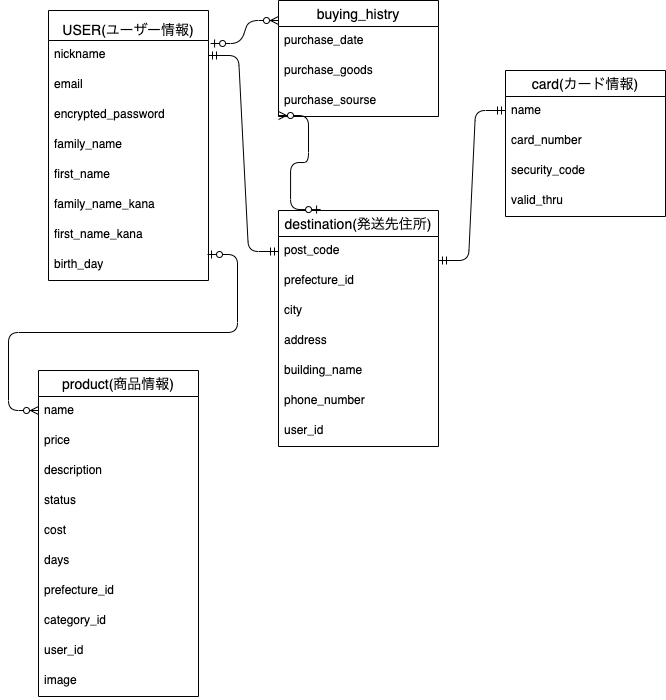
Before: ER.png, a diagram exported from draw.io (keitogit/furima-37392). Source tidied: cells renumbered, new cells last; positions are measured from the earlier drawing's top-left corner, leaving out a move shared by most shapes. Source of this version:
```xml
<mxGraphModel>
  <root>
    <mxCell id="0" />
    <mxCell id="1" parent="0" />
    <mxCell id="2" value="USER(ユーザー情報)" style="swimlane;fontStyle=0;horizontal=1;startSize=30;align=center;fontSize=14;verticalAlign=bottom;" parent="1" vertex="1">
      <mxGeometry x="10" y="10" width="160" height="270" as="geometry" />
    </mxCell>
    <mxCell id="3" value="nickname" style="text;strokeColor=none;fillColor=none;spacingLeft=4;spacingRight=4;overflow=hidden;points=[[0,0.5],[1,0.5]];portConstraint=eastwest;fontSize=12;" parent="2" vertex="1">
      <mxGeometry y="30" width="160" height="30" as="geometry" />
    </mxCell>
    <mxCell id="4" value="email" style="text;strokeColor=none;fillColor=none;spacingLeft=4;spacingRight=4;overflow=hidden;fontSize=12;" parent="2" vertex="1">
      <mxGeometry y="60" width="160" height="30" as="geometry" />
    </mxCell>
    <mxCell id="5" style="edgeStyle=none;html=1;exitX=0.5;exitY=0;exitDx=0;exitDy=0;" parent="2" edge="1">
      <mxGeometry relative="1" as="geometry">
        <mxPoint x="80" y="30" as="sourcePoint" />
        <mxPoint x="80" y="30" as="targetPoint" />
      </mxGeometry>
    </mxCell>
    <mxCell id="6" value="encrypted_password" style="text;strokeColor=none;fillColor=none;spacingLeft=4;spacingRight=4;overflow=hidden;fontSize=12;" parent="2" vertex="1">
      <mxGeometry y="90" width="160" height="30" as="geometry" />
    </mxCell>
    <mxCell id="7" value="family_name" style="text;strokeColor=none;fillColor=none;spacingLeft=4;spacingRight=4;overflow=hidden;fontSize=12;" parent="2" vertex="1">
      <mxGeometry y="120" width="160" height="30" as="geometry" />
    </mxCell>
    <mxCell id="8" value="first_name" style="text;strokeColor=none;fillColor=none;spacingLeft=4;spacingRight=4;overflow=hidden;fontSize=12;" parent="2" vertex="1">
      <mxGeometry y="150" width="160" height="30" as="geometry" />
    </mxCell>
    <mxCell id="9" value="family_name_kana" style="text;strokeColor=none;fillColor=none;spacingLeft=4;spacingRight=4;overflow=hidden;fontSize=12;" parent="2" vertex="1">
      <mxGeometry y="180" width="160" height="30" as="geometry" />
    </mxCell>
    <mxCell id="10" value="first_name_kana" style="text;strokeColor=none;fillColor=none;spacingLeft=4;spacingRight=4;overflow=hidden;fontSize=12;" parent="2" vertex="1">
      <mxGeometry y="210" width="160" height="30" as="geometry" />
    </mxCell>
    <mxCell id="11" value="birth_day" style="text;strokeColor=none;fillColor=none;spacingLeft=4;spacingRight=4;overflow=hidden;fontSize=12;" parent="2" vertex="1">
      <mxGeometry y="240" width="160" height="30" as="geometry" />
    </mxCell>
    <mxCell id="12" value="product(商品情報)" style="swimlane;fontStyle=0;horizontal=1;startSize=26;align=center;fontSize=14;" parent="1" vertex="1">
      <mxGeometry y="370" width="160" height="326" as="geometry" />
    </mxCell>
    <mxCell id="13" value="name" style="text;strokeColor=none;fillColor=none;spacingLeft=4;spacingRight=4;overflow=hidden;fontSize=12;" parent="12" vertex="1">
      <mxGeometry y="26" width="160" height="30" as="geometry" />
    </mxCell>
    <mxCell id="14" value="price" style="text;strokeColor=none;fillColor=none;spacingLeft=4;spacingRight=4;overflow=hidden;fontSize=12;" parent="12" vertex="1">
      <mxGeometry y="56" width="160" height="30" as="geometry" />
    </mxCell>
    <mxCell id="15" value="description" style="text;strokeColor=none;fillColor=none;spacingLeft=4;spacingRight=4;overflow=hidden;fontSize=12;" parent="12" vertex="1">
      <mxGeometry y="86" width="160" height="30" as="geometry" />
    </mxCell>
    <mxCell id="16" value="status" style="text;strokeColor=none;fillColor=none;spacingLeft=4;spacingRight=4;overflow=hidden;fontSize=12;" parent="12" vertex="1">
      <mxGeometry y="116" width="160" height="30" as="geometry" />
    </mxCell>
    <mxCell id="17" value="cost" style="text;strokeColor=none;fillColor=none;spacingLeft=4;spacingRight=4;overflow=hidden;fontSize=12;" parent="12" vertex="1">
      <mxGeometry y="146" width="160" height="30" as="geometry" />
    </mxCell>
    <mxCell id="18" value="days" style="text;strokeColor=none;fillColor=none;spacingLeft=4;spacingRight=4;overflow=hidden;fontSize=12;" parent="12" vertex="1">
      <mxGeometry y="176" width="160" height="30" as="geometry" />
    </mxCell>
    <mxCell id="19" value="prefecture_id" style="text;strokeColor=none;fillColor=none;spacingLeft=4;spacingRight=4;overflow=hidden;fontSize=12;" parent="12" vertex="1">
      <mxGeometry y="206" width="160" height="30" as="geometry" />
    </mxCell>
    <mxCell id="20" value="category_id" style="text;strokeColor=none;fillColor=none;spacingLeft=4;spacingRight=4;overflow=hidden;fontSize=12;" parent="12" vertex="1">
      <mxGeometry y="236" width="160" height="30" as="geometry" />
    </mxCell>
    <mxCell id="21" value="user_id" style="text;strokeColor=none;fillColor=none;spacingLeft=4;spacingRight=4;overflow=hidden;fontSize=12;" parent="12" vertex="1">
      <mxGeometry y="266" width="160" height="30" as="geometry" />
    </mxCell>
    <mxCell id="22" value="image" style="text;strokeColor=none;fillColor=none;spacingLeft=4;spacingRight=4;overflow=hidden;fontSize=12;" parent="12" vertex="1">
      <mxGeometry y="296" width="160" height="30" as="geometry" />
    </mxCell>
    <mxCell id="23" style="edgeStyle=none;html=1;exitX=0;exitY=0.5;exitDx=0;exitDy=0;" parent="1" edge="1" source="3">
      <mxGeometry relative="1" as="geometry">
        <mxPoint x="10" y="55" as="targetPoint" />
      </mxGeometry>
    </mxCell>
    <mxCell id="24" value="destination(発送先住所)" style="swimlane;fontStyle=0;horizontal=1;startSize=26;align=center;fontSize=14;labelBackgroundColor=default;" parent="1" vertex="1">
      <mxGeometry x="240" y="210" width="160" height="236" as="geometry" />
    </mxCell>
    <mxCell id="25" value="post_code" style="text;strokeColor=none;fillColor=none;spacingLeft=4;spacingRight=4;overflow=hidden;fontSize=12;labelBackgroundColor=default;" parent="24" vertex="1">
      <mxGeometry y="26" width="160" height="30" as="geometry" />
    </mxCell>
    <mxCell id="26" value="prefecture_id" style="text;strokeColor=none;fillColor=none;spacingLeft=4;spacingRight=4;overflow=hidden;fontSize=12;labelBackgroundColor=default;" parent="24" vertex="1">
      <mxGeometry y="56" width="160" height="30" as="geometry" />
    </mxCell>
    <mxCell id="27" value="city" style="text;strokeColor=none;fillColor=none;spacingLeft=4;spacingRight=4;overflow=hidden;fontSize=12;labelBackgroundColor=default;" parent="24" vertex="1">
      <mxGeometry y="86" width="160" height="30" as="geometry" />
    </mxCell>
    <mxCell id="28" value="address" style="text;strokeColor=none;fillColor=none;spacingLeft=4;spacingRight=4;overflow=hidden;fontSize=12;labelBackgroundColor=default;" parent="24" vertex="1">
      <mxGeometry y="116" width="160" height="30" as="geometry" />
    </mxCell>
    <mxCell id="29" value="building_name" style="text;strokeColor=none;fillColor=none;spacingLeft=4;spacingRight=4;overflow=hidden;fontSize=12;labelBackgroundColor=default;" parent="24" vertex="1">
      <mxGeometry y="146" width="160" height="30" as="geometry" />
    </mxCell>
    <mxCell id="30" value="phone_number" style="text;strokeColor=none;fillColor=none;spacingLeft=4;spacingRight=4;overflow=hidden;fontSize=12;labelBackgroundColor=default;" parent="24" vertex="1">
      <mxGeometry y="176" width="160" height="30" as="geometry" />
    </mxCell>
    <mxCell id="31" value="user_id" style="text;strokeColor=none;fillColor=none;spacingLeft=4;spacingRight=4;overflow=hidden;fontSize=12;labelBackgroundColor=default;" parent="24" vertex="1">
      <mxGeometry y="206" width="160" height="30" as="geometry" />
    </mxCell>
    <mxCell id="32" value="card(カード情報)" style="swimlane;fontStyle=0;horizontal=1;startSize=26;align=center;fontSize=14;labelBackgroundColor=default;" parent="1" vertex="1">
      <mxGeometry x="467" y="70" width="160" height="146" as="geometry" />
    </mxCell>
    <mxCell id="33" value="name" style="text;strokeColor=none;fillColor=none;spacingLeft=4;spacingRight=4;overflow=hidden;fontSize=12;labelBackgroundColor=default;" parent="32" vertex="1">
      <mxGeometry y="26" width="160" height="30" as="geometry" />
    </mxCell>
    <mxCell id="34" value="card_number" style="text;strokeColor=none;fillColor=none;spacingLeft=4;spacingRight=4;overflow=hidden;fontSize=12;labelBackgroundColor=default;" parent="32" vertex="1">
      <mxGeometry y="56" width="160" height="30" as="geometry" />
    </mxCell>
    <mxCell id="35" value="security_code" style="text;strokeColor=none;fillColor=none;spacingLeft=4;spacingRight=4;overflow=hidden;fontSize=12;labelBackgroundColor=default;" parent="32" vertex="1">
      <mxGeometry y="86" width="160" height="30" as="geometry" />
    </mxCell>
    <mxCell id="36" value="valid_thru" style="text;strokeColor=none;fillColor=none;spacingLeft=4;spacingRight=4;overflow=hidden;fontSize=12;labelBackgroundColor=default;" parent="32" vertex="1">
      <mxGeometry y="116" width="160" height="30" as="geometry" />
    </mxCell>
    <mxCell id="37" style="edgeStyle=entityRelationEdgeStyle;fontSize=12;html=1;endArrow=ERzeroToMany;startArrow=ERzeroToOne;" parent="1" edge="1">
      <mxGeometry relative="1" as="geometry">
        <mxPoint x="169" y="254" as="sourcePoint" />
        <mxPoint y="410" as="targetPoint" />
      </mxGeometry>
    </mxCell>
    <mxCell id="38" style="edgeStyle=entityRelationEdgeStyle;fontSize=12;html=1;endArrow=ERmandOne;startArrow=ERmandOne;exitX=1;exitY=0.5;exitDx=0;exitDy=0;entryX=0;entryY=0.5;entryDx=0;entryDy=0;" parent="1" edge="1" source="3">
      <mxGeometry relative="1" as="geometry">
        <mxPoint x="240" y="251" as="targetPoint" />
      </mxGeometry>
    </mxCell>
    <mxCell id="39" style="edgeStyle=entityRelationEdgeStyle;fontSize=12;html=1;endArrow=ERmandOne;startArrow=ERmandOne;exitX=1;exitY=0.8;exitDx=0;exitDy=0;exitPerimeter=0;" parent="1" edge="1">
      <mxGeometry relative="1" as="geometry">
        <mxPoint x="400" y="260" as="sourcePoint" />
        <mxPoint x="467" y="110" as="targetPoint" />
      </mxGeometry>
    </mxCell>
    <mxCell id="40" value="buying_histry" style="swimlane;fontStyle=0;horizontal=1;startSize=26;align=center;fontSize=14;labelBackgroundColor=default;" parent="1" vertex="1">
      <mxGeometry x="240" width="160" height="116" as="geometry" />
    </mxCell>
    <mxCell id="41" value="purchase_date" style="text;strokeColor=none;fillColor=none;spacingLeft=4;spacingRight=4;overflow=hidden;fontSize=12;labelBackgroundColor=default;" parent="40" vertex="1">
      <mxGeometry y="26" width="160" height="30" as="geometry" />
    </mxCell>
    <mxCell id="42" value="purchase_goods" style="text;strokeColor=none;fillColor=none;spacingLeft=4;spacingRight=4;overflow=hidden;fontSize=12;labelBackgroundColor=default;" parent="40" vertex="1">
      <mxGeometry y="56" width="160" height="30" as="geometry" />
    </mxCell>
    <mxCell id="43" value="purchase_sourse" style="text;strokeColor=none;fillColor=none;spacingLeft=4;spacingRight=4;overflow=hidden;points=[[0,0.5],[1,0.5]];portConstraint=eastwest;fontSize=12;labelBackgroundColor=default;" parent="40" vertex="1">
      <mxGeometry y="86" width="160" height="30" as="geometry" />
    </mxCell>
    <mxCell id="44" style="edgeStyle=entityRelationEdgeStyle;fontSize=12;html=1;endArrow=ERzeroToMany;startArrow=ERzeroToOne;exitX=1.013;exitY=0.1;exitDx=0;exitDy=0;exitPerimeter=0;" parent="1" edge="1" source="3">
      <mxGeometry relative="1" as="geometry">
        <mxPoint x="240" y="20" as="targetPoint" />
      </mxGeometry>
    </mxCell>
    <mxCell id="45" style="edgeStyle=entityRelationEdgeStyle;fontSize=12;html=1;endArrow=ERzeroToMany;startArrow=ERzeroToOne;exitX=0.263;exitY=-0.004;exitDx=0;exitDy=0;exitPerimeter=0;entryX=0;entryY=0.967;entryDx=0;entryDy=0;entryPerimeter=0;" parent="1" edge="1" source="24" target="43">
      <mxGeometry relative="1" as="geometry" />
    </mxCell>
  </root>
</mxGraphModel>
```
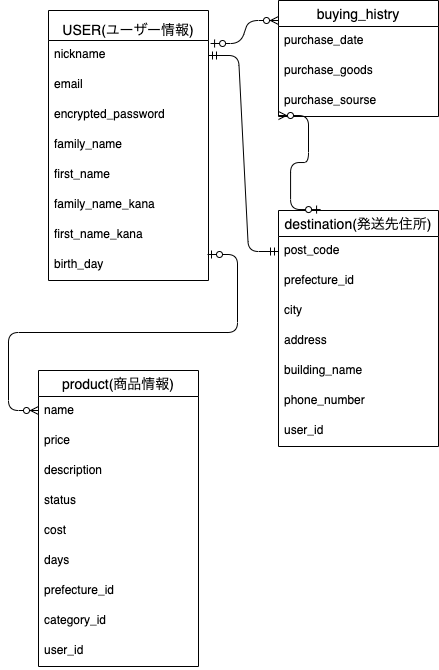
After the commit.

What changed in the source:
```diff
@@ -36,7 +36,7 @@
       <mxGeometry y="240" width="160" height="30" as="geometry" />
     </mxCell>
     <mxCell id="12" value="product(商品情報)" style="swimlane;fontStyle=0;horizontal=1;startSize=26;align=center;fontSize=14;" parent="1" vertex="1">
-      <mxGeometry y="370" width="160" height="326" as="geometry" />
+      <mxGeometry y="370" width="160" height="296" as="geometry" />
     </mxCell>
     <mxCell id="13" value="name" style="text;strokeColor=none;fillColor=none;spacingLeft=4;spacingRight=4;overflow=hidden;fontSize=12;" parent="12" vertex="1">
       <mxGeometry y="26" width="160" height="30" as="geometry" />
@@ -65,9 +65,6 @@
     <mxCell id="21" value="user_id" style="text;strokeColor=none;fillColor=none;spacingLeft=4;spacingRight=4;overflow=hidden;fontSize=12;" parent="12" vertex="1">
       <mxGeometry y="266" width="160" height="30" as="geometry" />
     </mxCell>
-    <mxCell id="22" value="image" style="text;strokeColor=none;fillColor=none;spacingLeft=4;spacingRight=4;overflow=hidden;fontSize=12;" parent="12" vertex="1">
-      <mxGeometry y="296" width="160" height="30" as="geometry" />
-    </mxCell>
     <mxCell id="23" style="edgeStyle=none;html=1;exitX=0;exitY=0.5;exitDx=0;exitDy=0;" parent="1" edge="1" source="3">
       <mxGeometry relative="1" as="geometry">
         <mxPoint x="10" y="55" as="targetPoint" />
@@ -97,21 +94,6 @@
     <mxCell id="31" value="user_id" style="text;strokeColor=none;fillColor=none;spacingLeft=4;spacingRight=4;overflow=hidden;fontSize=12;labelBackgroundColor=default;" parent="24" vertex="1">
       <mxGeometry y="206" width="160" height="30" as="geometry" />
     </mxCell>
-    <mxCell id="32" value="card(カード情報)" style="swimlane;fontStyle=0;horizontal=1;startSize=26;align=center;fontSize=14;labelBackgroundColor=default;" parent="1" vertex="1">
-      <mxGeometry x="467" y="70" width="160" height="146" as="geometry" />
-    </mxCell>
-    <mxCell id="33" value="name" style="text;strokeColor=none;fillColor=none;spacingLeft=4;spacingRight=4;overflow=hidden;fontSize=12;labelBackgroundColor=default;" parent="32" vertex="1">
-      <mxGeometry y="26" width="160" height="30" as="geometry" />
-    </mxCell>
-    <mxCell id="34" value="card_number" style="text;strokeColor=none;fillColor=none;spacingLeft=4;spacingRight=4;overflow=hidden;fontSize=12;labelBackgroundColor=default;" parent="32" vertex="1">
-      <mxGeometry y="56" width="160" height="30" as="geometry" />
-    </mxCell>
-    <mxCell id="35" value="security_code" style="text;strokeColor=none;fillColor=none;spacingLeft=4;spacingRight=4;overflow=hidden;fontSize=12;labelBackgroundColor=default;" parent="32" vertex="1">
-      <mxGeometry y="86" width="160" height="30" as="geometry" />
-    </mxCell>
-    <mxCell id="36" value="valid_thru" style="text;strokeColor=none;fillColor=none;spacingLeft=4;spacingRight=4;overflow=hidden;fontSize=12;labelBackgroundColor=default;" parent="32" vertex="1">
-      <mxGeometry y="116" width="160" height="30" as="geometry" />
-    </mxCell>
     <mxCell id="37" style="edgeStyle=entityRelationEdgeStyle;fontSize=12;html=1;endArrow=ERzeroToMany;startArrow=ERzeroToOne;" parent="1" edge="1">
       <mxGeometry relative="1" as="geometry">
         <mxPoint x="169" y="254" as="sourcePoint" />
@@ -123,12 +105,6 @@
         <mxPoint x="240" y="251" as="targetPoint" />
       </mxGeometry>
     </mxCell>
-    <mxCell id="39" style="edgeStyle=entityRelationEdgeStyle;fontSize=12;html=1;endArrow=ERmandOne;startArrow=ERmandOne;exitX=1;exitY=0.8;exitDx=0;exitDy=0;exitPerimeter=0;" parent="1" edge="1">
-      <mxGeometry relative="1" as="geometry">
-        <mxPoint x="400" y="260" as="sourcePoint" />
-        <mxPoint x="467" y="110" as="targetPoint" />
-      </mxGeometry>
-    </mxCell>
     <mxCell id="40" value="buying_histry" style="swimlane;fontStyle=0;horizontal=1;startSize=26;align=center;fontSize=14;labelBackgroundColor=default;" parent="1" vertex="1">
       <mxGeometry x="240" width="160" height="116" as="geometry" />
     </mxCell>
```
